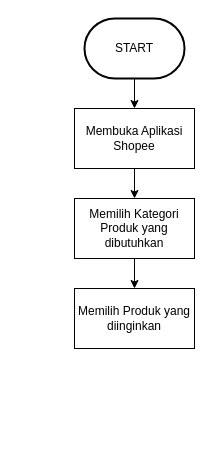
Before: flowchart.drawio in AngelicaChristina/Angelica_Christina-Pembelian_Barang_Shopee, a draw.io diagram. Source tidied: cells renumbered, new cells numbered last; positions are measured from the earlier drawing's top-left corner, leaving out a move shared by most shapes. Both pictures are drawn from the tidied source at 100%, with x=0, y=0 at pixel (74, 18).
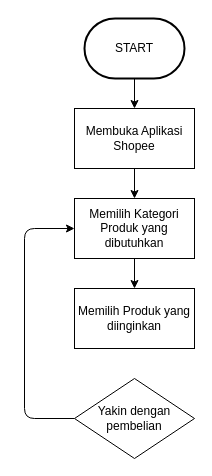
The same diagram, later.

Commit message:
Pengkondisian jika jawaban no

Diff of the diagram source:
```diff
@@
 <mxGraphModel>
   <root>
     <mxCell id="0" />
     <mxCell id="1" parent="0" />
     <mxCell id="2" style="edgeStyle=none;html=1;exitX=0.5;exitY=1;exitDx=0;exitDy=0;exitPerimeter=0;" parent="1" edge="1" source="3" target="5">
       <mxGeometry relative="1" as="geometry" />
     </mxCell>
     <mxCell id="3" value="START" style="strokeWidth=2;html=1;shape=mxgraph.flowchart.terminator;whiteSpace=wrap;" parent="1" vertex="1">
       <mxGeometry x="10" width="100" height="60" as="geometry" />
     </mxCell>
     <mxCell id="4" style="edgeStyle=none;html=1;exitX=0.5;exitY=1;exitDx=0;exitDy=0;entryX=0.5;entryY=0;entryDx=0;entryDy=0;" parent="1" edge="1" source="5" target="7">
       <mxGeometry relative="1" as="geometry" />
     </mxCell>
     <mxCell id="5" value="Membuka Aplikasi Shopee" style="rounded=0;whiteSpace=wrap;html=1;" parent="1" vertex="1">
       <mxGeometry y="90" width="120" height="60" as="geometry" />
     </mxCell>
     <mxCell id="6" style="edgeStyle=none;html=1;exitX=0.5;exitY=1;exitDx=0;exitDy=0;" parent="1" edge="1" source="7" target="8">
       <mxGeometry relative="1" as="geometry" />
     </mxCell>
     <mxCell id="7" value="Memilih Kategori Produk yang dibutuhkan" style="rounded=0;whiteSpace=wrap;html=1;" parent="1" vertex="1">
       <mxGeometry y="180" width="120" height="60" as="geometry" />
     </mxCell>
     <mxCell id="8" value="Memilih Produk yang diinginkan" style="rounded=0;whiteSpace=wrap;html=1;" parent="1" vertex="1">
       <mxGeometry y="270" width="120" height="60" as="geometry" />
     </mxCell>
+    <mxCell id="9" style="edgeStyle=orthogonalEdgeStyle;html=1;exitX=0;exitY=0.5;exitDx=0;exitDy=0;entryX=0;entryY=0.5;entryDx=0;entryDy=0;" parent="1" edge="1" source="10" target="7">
+      <mxGeometry relative="1" as="geometry">
+        <Array as="points">
+          <mxPoint x="-50" y="400" />
+          <mxPoint x="-50" y="210" />
+        </Array>
+      </mxGeometry>
+    </mxCell>
+    <mxCell id="10" value="Yakin dengan pembelian" style="rhombus;whiteSpace=wrap;html=1;" parent="1" vertex="1">
+      <mxGeometry y="360" width="120" height="80" as="geometry" />
+    </mxCell>
   </root>
 </mxGraphModel>
```
